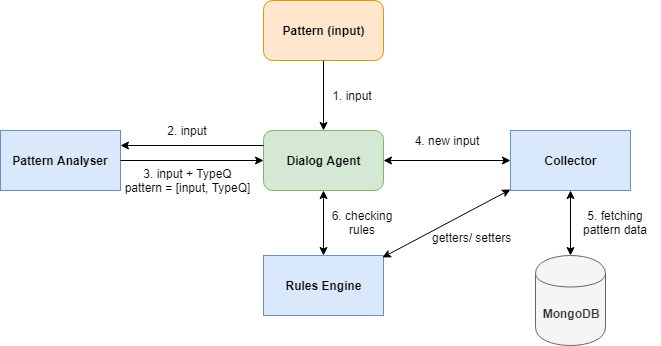
diisnc/Dialog_Agent_1819 keeps this draw.io diagram as Report/images/dialog_manager_arch.png. Above is the earlier version. Source tidied: cells renumbered, new cells last; positions are measured from the earlier drawing's top-left corner, leaving out a move shared by most shapes.
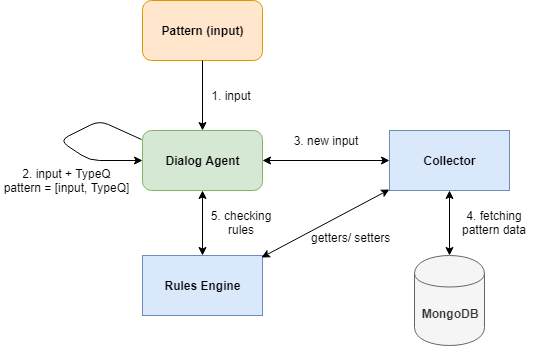
After the change.

Commit message:
Added lastChatTime to Dialog Agent

Diff of the diagram source:
```diff
@@ -8,9 +8,6 @@
     <mxCell id="3" value="Dialog Agent" style="rounded=1;whiteSpace=wrap;html=1;fillColor=#d5e8d4;strokeColor=#82b366;fontStyle=1;" parent="1" vertex="1">
       <mxGeometry x="263" y="130" width="120" height="60" as="geometry" />
     </mxCell>
-    <mxCell id="4" value="Pattern Analyser" style="rounded=0;whiteSpace=wrap;html=1;shadow=0;strokeWidth=1;fillColor=#dae8fc;strokeColor=#6c8ebf;fontStyle=1;" parent="1" vertex="1">
-      <mxGeometry y="130" width="120" height="60" as="geometry" />
-    </mxCell>
     <mxCell id="5" value="Rules Engine" style="rounded=0;whiteSpace=wrap;html=1;shadow=0;strokeWidth=1;fontStyle=1;fillColor=#dae8fc;strokeColor=#6c8ebf;" parent="1" vertex="1">
       <mxGeometry x="263" y="255" width="120" height="60" as="geometry" />
     </mxCell>
@@ -38,25 +35,25 @@
     <mxCell id="13" value="1. input&lt;br&gt;" style="text;html=1;strokeColor=none;fillColor=none;align=center;verticalAlign=middle;whiteSpace=wrap;rounded=0;shadow=0;" parent="1" vertex="1">
       <mxGeometry x="323" y="85" width="57" height="20" as="geometry" />
     </mxCell>
-    <mxCell id="14" value="2. input&lt;br&gt;" style="text;html=1;strokeColor=none;fillColor=none;align=center;verticalAlign=middle;whiteSpace=wrap;rounded=0;shadow=0;" parent="1" vertex="1">
-      <mxGeometry x="161.5" y="120" width="50" height="20" as="geometry" />
-    </mxCell>
-    <mxCell id="15" style="endArrow=classic;html=1;exitX=0;exitY=0.25;exitDx=0;exitDy=0;entryX=1;entryY=0.25;entryDx=0;entryDy=0;" parent="1" edge="1" source="3" target="4">
-      <mxGeometry relative="1" as="geometry" />
-    </mxCell>
-    <mxCell id="16" style="endArrow=classic;html=1;entryX=0;entryY=0.5;entryDx=0;entryDy=0;exitX=1;exitY=0.5;exitDx=0;exitDy=0;" parent="1" edge="1" source="4" target="3">
-      <mxGeometry relative="1" as="geometry" />
+    <mxCell id="16" style="endArrow=classic;html=1;entryX=0;entryY=0.5;entryDx=0;entryDy=0;exitX=-0.005;exitY=0.15;exitDx=0;exitDy=0;exitPerimeter=0;" parent="1" edge="1" source="3" target="3">
+      <mxGeometry relative="1" as="geometry">
+        <Array as="points">
+          <mxPoint x="220" y="120" />
+          <mxPoint x="180" y="140" />
+          <mxPoint x="210" y="160" />
+        </Array>
+      </mxGeometry>
     </mxCell>
-    <mxCell id="17" value="3. input + TypeQ&lt;br&gt;pattern = [input, TypeQ]&lt;br&gt;" style="text;html=1;strokeColor=none;fillColor=none;align=center;verticalAlign=middle;whiteSpace=wrap;rounded=0;shadow=0;" parent="1" vertex="1">
+    <mxCell id="17" value="2. input + TypeQ&lt;br&gt;pattern = [input, TypeQ]&lt;br&gt;" style="text;html=1;strokeColor=none;fillColor=none;align=center;verticalAlign=middle;whiteSpace=wrap;rounded=0;shadow=0;" parent="1" vertex="1">
       <mxGeometry x="121.5" y="170" width="130" height="20" as="geometry" />
     </mxCell>
-    <mxCell id="18" value="4. new input" style="text;html=1;strokeColor=none;fillColor=none;align=center;verticalAlign=middle;whiteSpace=wrap;rounded=0;shadow=0;" parent="1" vertex="1">
+    <mxCell id="18" value="3. new input" style="text;html=1;strokeColor=none;fillColor=none;align=center;verticalAlign=middle;whiteSpace=wrap;rounded=0;shadow=0;" parent="1" vertex="1">
       <mxGeometry x="396.5" y="130" width="100" height="20" as="geometry" />
     </mxCell>
-    <mxCell id="19" value="5. fetching pattern data" style="text;html=1;strokeColor=none;fillColor=none;align=center;verticalAlign=middle;whiteSpace=wrap;rounded=0;shadow=0;" parent="1" vertex="1">
+    <mxCell id="19" value="4. fetching pattern data" style="text;html=1;strokeColor=none;fillColor=none;align=center;verticalAlign=middle;whiteSpace=wrap;rounded=0;shadow=0;" parent="1" vertex="1">
       <mxGeometry x="570" y="212.5" width="90" height="20" as="geometry" />
     </mxCell>
-    <mxCell id="20" value="6. checking rules" style="text;html=1;strokeColor=none;fillColor=none;align=center;verticalAlign=middle;whiteSpace=wrap;rounded=0;shadow=0;" parent="1" vertex="1">
+    <mxCell id="20" value="5. checking rules" style="text;html=1;strokeColor=none;fillColor=none;align=center;verticalAlign=middle;whiteSpace=wrap;rounded=0;shadow=0;" parent="1" vertex="1">
       <mxGeometry x="326.5" y="212.5" width="70" height="20" as="geometry" />
     </mxCell>
     <mxCell id="21" value="getters/ setters" style="text;html=1;align=left;verticalAlign=top;spacingTop=-4;" parent="1" vertex="1">
```
